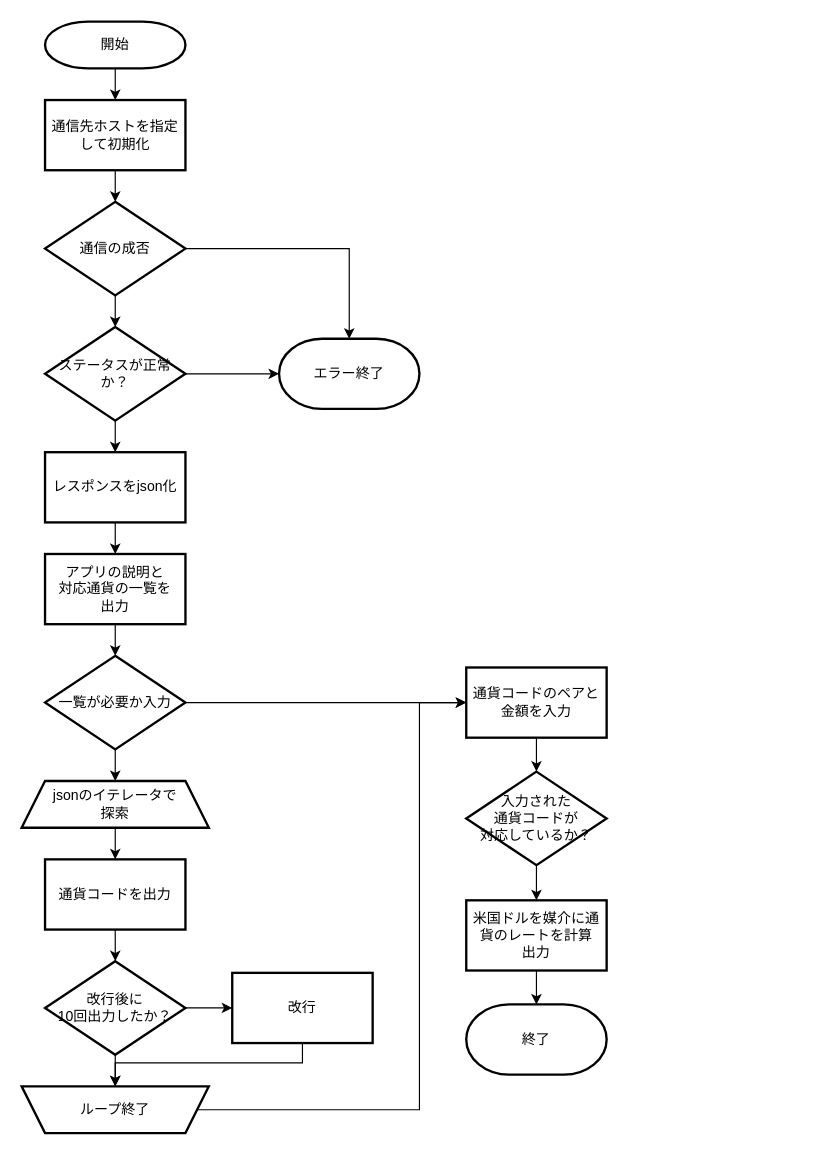
Earlier version of the draw.io diagram rateAPI.drawio (kiakibasl-dev/dentaku). Source tidied: cells renumbered, new cells numbered last; positions are measured from the earlier drawing's top-left corner, leaving out a move shared by most shapes. Both pictures are drawn from the tidied source at 117%, with x=0, y=0 at pixel (21, 21).
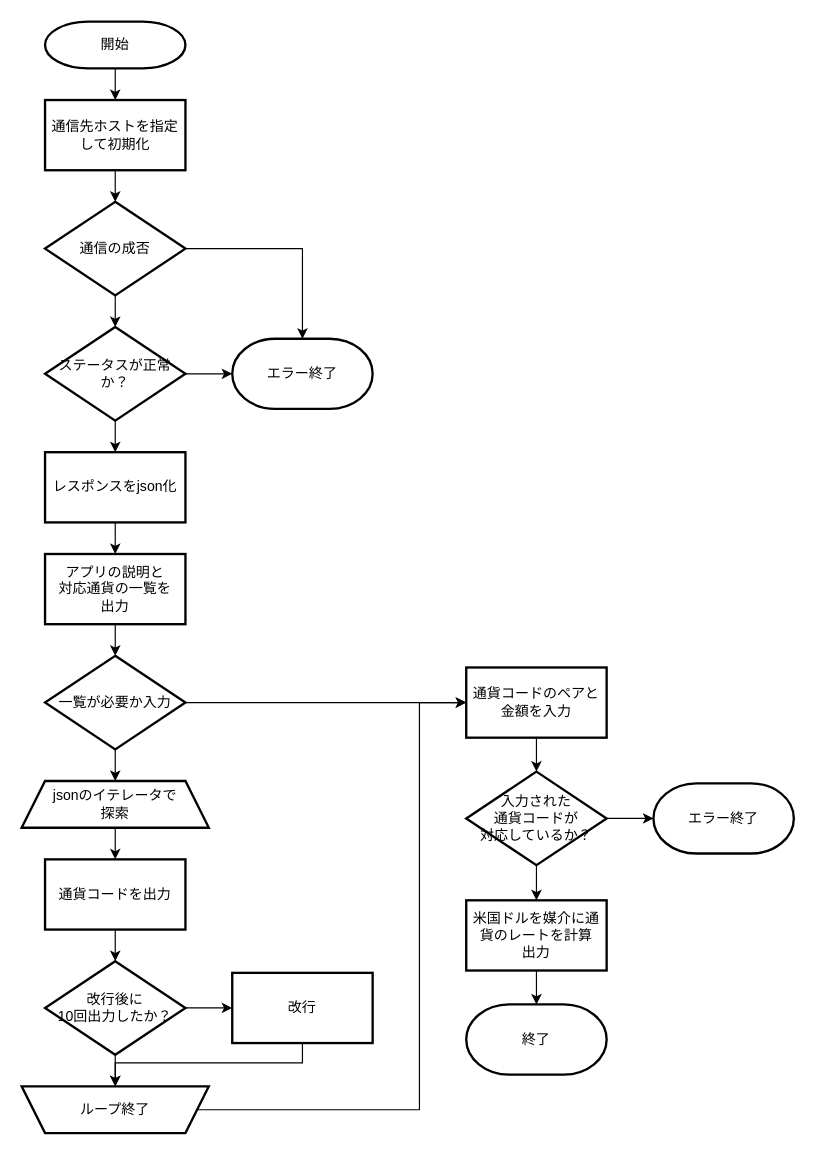
Above is the later version.

The change refers to these unchanged cells:
```xml
<mxCell id="29" value="入力された&lt;div&gt;通貨コードが&lt;div&gt;対応しているか？&lt;/div&gt;&lt;/div&gt;" style="rhombus;whiteSpace=wrap;html=1;strokeWidth=2;" parent="25" vertex="1">
  <mxGeometry y="89" width="120" height="80" as="geometry" />
</mxCell>
```

The edit, as a diff of the source:
```diff
@@
     <mxCell id="37" value="エラー終了" style="strokeWidth=2;html=1;shape=mxgraph.flowchart.terminator;whiteSpace=wrap;" parent="1" vertex="1">
-      <mxGeometry x="220" y="271" width="120" height="60" as="geometry" />
+      <mxGeometry x="180" y="271" width="120" height="60" as="geometry" />
     </mxCell>
@@
+    <mxCell id="40" value="エラー終了" style="strokeWidth=2;html=1;shape=mxgraph.flowchart.terminator;whiteSpace=wrap;" parent="1" vertex="1">
+      <mxGeometry x="540" y="651" width="120" height="60" as="geometry" />
+    </mxCell>
+    <mxCell id="41" style="edgeStyle=orthogonalEdgeStyle;rounded=0;jettySize=auto;html=1;" parent="1" edge="1" source="29" target="40">
+      <mxGeometry relative="1" as="geometry" />
+    </mxCell>
```
